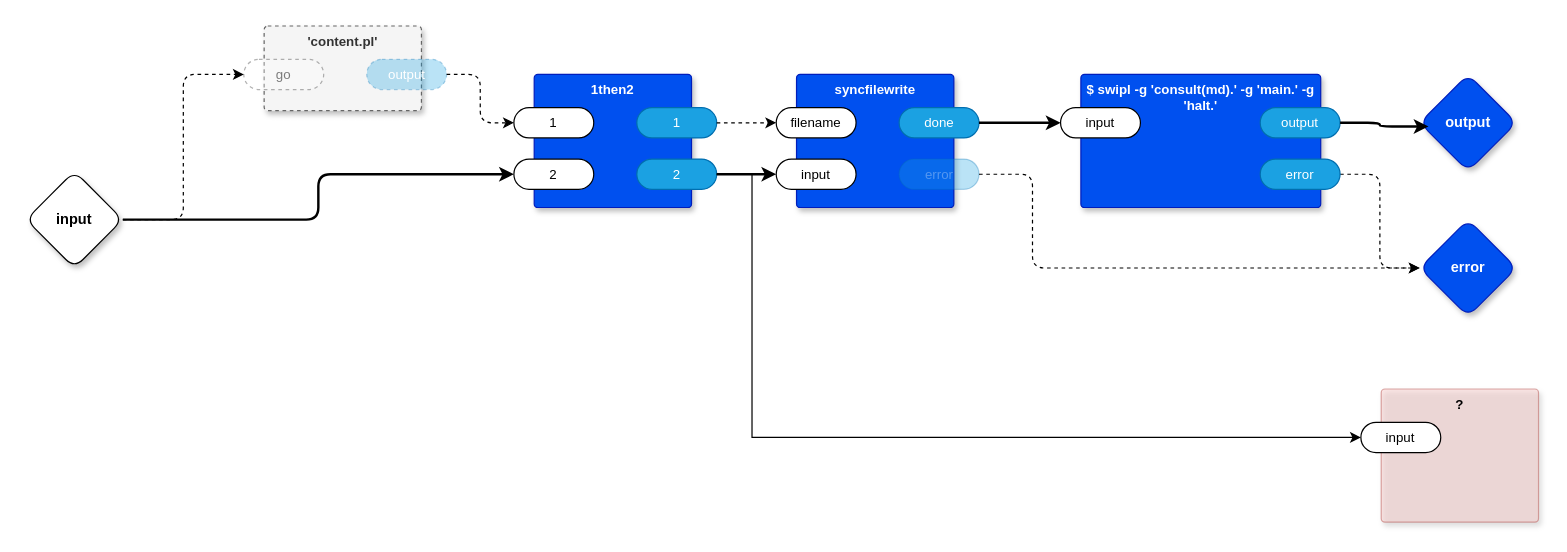
guitarvydas/kinopio2md keeps this draw.io diagram as page "Generate Markdown" (4 of 10) of top.drawio. Above is the earlier version. Source tidied: cells renumbered, new cells numbered last; positions are measured from the earlier drawing's top-left corner, leaving out a move shared by most shapes. Both pictures are drawn from the tidied source at 121%, with x=0, y=0 at pixel (25, 25).
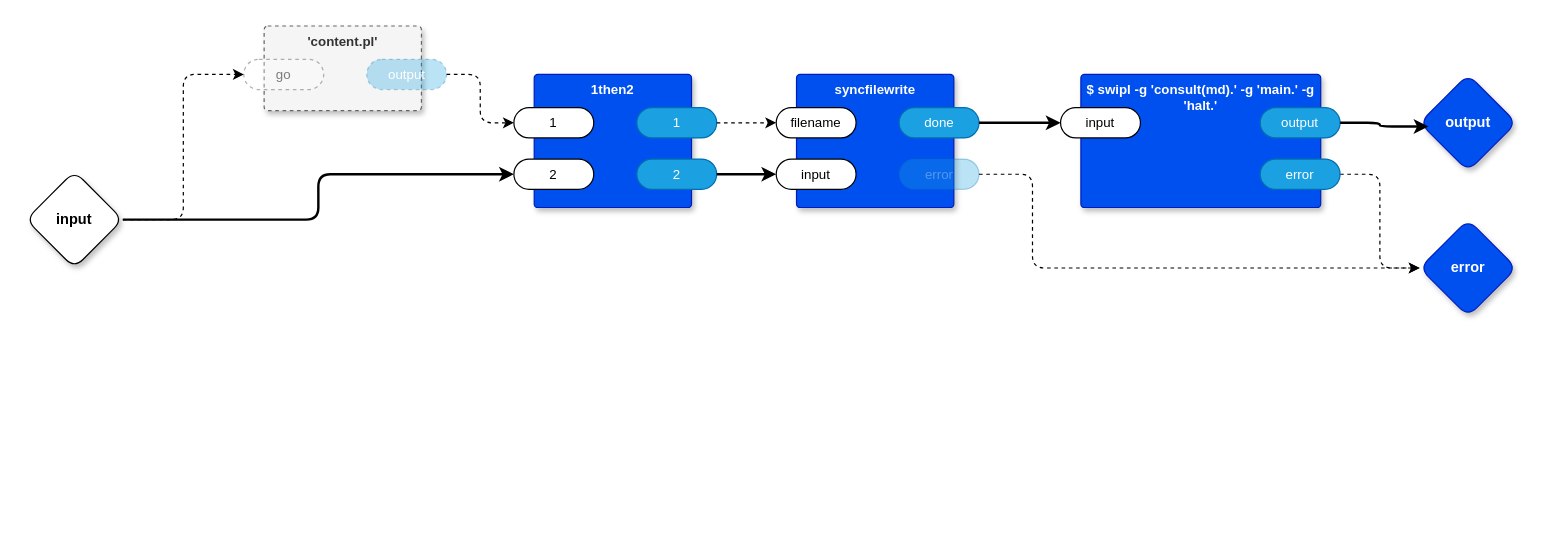
The same diagram, later.

Unchanged cells that the change refers to:
```xml
<mxCell id="20" value="2" style="rounded=1;whiteSpace=wrap;html=1;sketch=0;points=[[0,0.5,0,0,0],[1,0.5,0,0,0]];fillColor=#1ba1e2;fontColor=#ffffff;strokeColor=#006EAF;arcSize=50;fontFamily=Helvetica;fontSize=11;" parent="17" vertex="1">
  <mxGeometry x="84.8" y="70" width="66" height="25" as="geometry" />
</mxCell>
```

Change to the diagram source:
```diff
@@
-    <mxCell id="31" value="?" style="rounded=1;whiteSpace=wrap;html=1;sketch=0;verticalAlign=top;arcSize=6;fontStyle=1;absoluteArcSize=1;shadow=1;strokeColor=#b85450;fillColor=#f8cecc;fontFamily=Helvetica;fontSize=11;opacity=50;" parent="1" vertex="1">
-      <mxGeometry x="1120" y="300" width="130" height="110" as="geometry" />
-    </mxCell>
-    <mxCell id="32" value="input" style="rounded=1;whiteSpace=wrap;html=1;sketch=0;points=[[0,0.5,0,0,0],[1,0.5,0,0,0]];arcSize=50;fontFamily=Helvetica;fontSize=11;fontColor=default;" parent="31" vertex="1">
-      <mxGeometry x="-16.8" y="27.5" width="66" height="25" as="geometry" />
-    </mxCell>
-    <mxCell id="33" style="edgeStyle=orthogonalEdgeStyle;rounded=0;jettySize=auto;html=1;exitX=1;exitY=0.5;exitDx=0;exitDy=0;exitPerimeter=0;entryX=0;entryY=0.5;entryDx=0;entryDy=0;entryPerimeter=0;" parent="1" edge="1" source="20" target="32">
-      <mxGeometry relative="1" as="geometry">
-        <Array as="points">
-          <mxPoint x="600" y="123" />
-          <mxPoint x="600" y="340" />
-        </Array>
-      </mxGeometry>
-    </mxCell>
```
